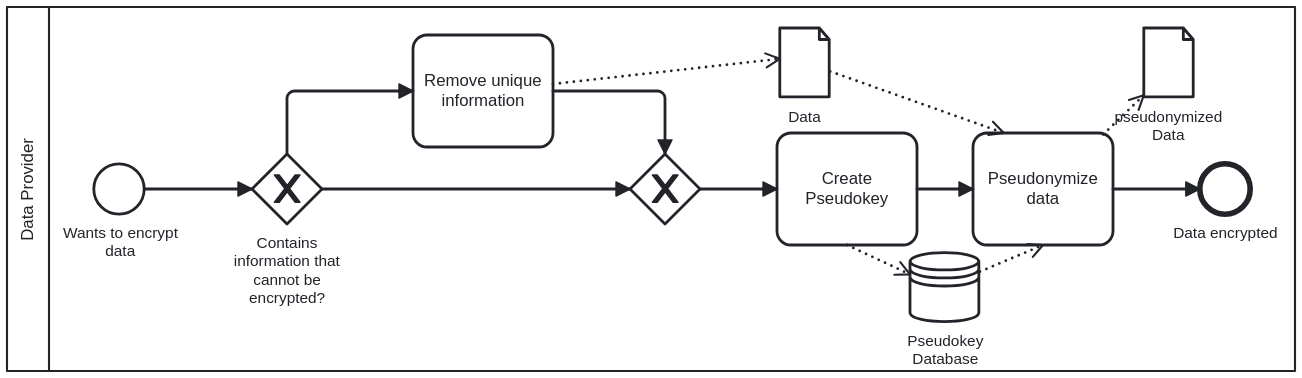
sacdevops/Process-Patterns-for-Data-Trustees keeps this BPMN diagram as Data Security/Pseudonymized_Sharing.svg. Above is the earlier version. Its source is kept beside it as Data Security/Pseudonymized_Sharing.bpmn. Ids are renumbered.
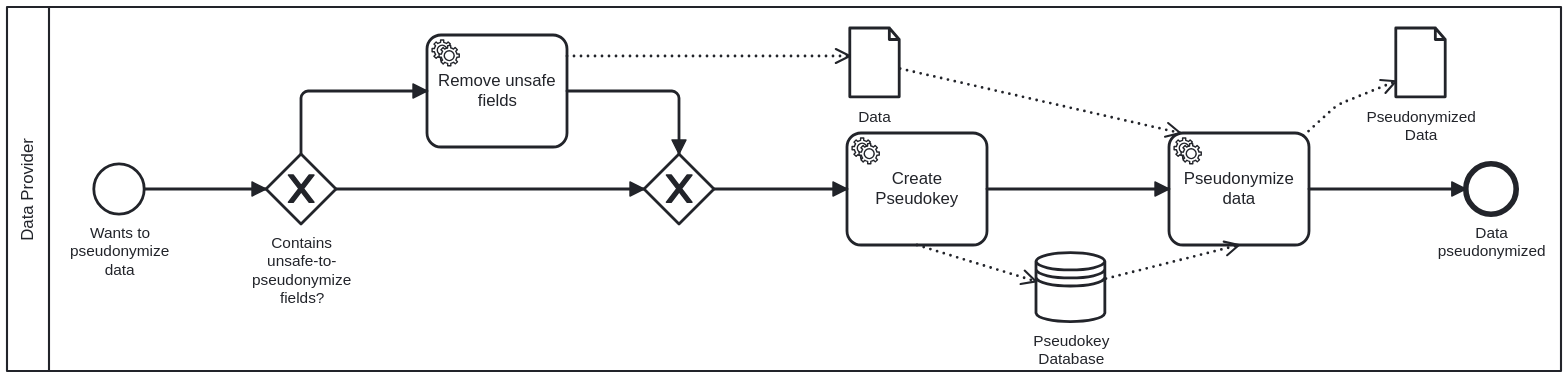
After the commit.

What changed in the source:
```diff
@@ -1,15 +1,19 @@
-<bpmn:definitions xmlns:bpmn="http://www.omg.org/spec/BPMN/20100524/MODEL" xmlns:bpmndi="http://www.omg.org/spec/BPMN/20100524/DI" xmlns:dc="http://www.omg.org/spec/DD/20100524/DC" xmlns:di="http://www.omg.org/spec/DD/20100524/DI" xmlns:modeler="http://camunda.org/schema/modeler/1.0" id="Definitions_n1" targetNamespace="http://bpmn.io/schema/bpmn" exporter="Camunda Modeler" exporterVersion="5.33.1" modeler:executionPlatform="Camunda Cloud" modeler:executionPlatformVersion="8.6.0">
+<bpmn:definitions xmlns:bpmn="http://www.omg.org/spec/BPMN/20100524/MODEL" xmlns:bpmndi="http://www.omg.org/spec/BPMN/20100524/DI" xmlns:dc="http://www.omg.org/spec/DD/20100524/DC" xmlns:di="http://www.omg.org/spec/DD/20100524/DI" xmlns:modeler="http://camunda.org/schema/modeler/1.0" id="Definitions_n1" targetNamespace="http://bpmn.io/schema/bpmn" exporter="Camunda Modeler" exporterVersion="5.34.0" modeler:executionPlatform="Camunda Cloud" modeler:executionPlatformVersion="8.6.0">
   <bpmn:collaboration id="Collaboration_n2" name="Data_Encryption">
     <bpmn:participant id="Participant_n3" name="Data Provider" processRef="Process_n4" />
   </bpmn:collaboration>
   <bpmn:process id="Process_n4" isExecutable="true">
-    <bpmn:startEvent id="Event_n5" name="Wants to encrypt data">
+    <bpmn:startEvent id="Event_n5" name="Wants to pseudonymize data">
       <bpmn:outgoing>Flow_n6</bpmn:outgoing>
     </bpmn:startEvent>
-    <bpmn:endEvent id="Event_n7" name="Data encrypted">
-      <bpmn:incoming>Flow_n8</bpmn:incoming>
-    </bpmn:endEvent>
-    <bpmn:exclusiveGateway id="Gateway_n9" name="Contains information that cannot be encrypted?">
+    <bpmn:sequenceFlow id="Flow_n6" sourceRef="Event_n5" targetRef="Gateway_n9" />
+    <bpmn:sequenceFlow id="Flow_n8" sourceRef="Activity_n18" targetRef="Event_n7" />
+    <bpmn:sequenceFlow id="Flow_n10" sourceRef="Gateway_n9" targetRef="Activity_n15" />
+    <bpmn:sequenceFlow id="Flow_n11" sourceRef="Gateway_n9" targetRef="Gateway_n12" />
+    <bpmn:sequenceFlow id="Flow_n13" sourceRef="Activity_n15" targetRef="Gateway_n12" />
+    <bpmn:sequenceFlow id="Flow_n14" sourceRef="Gateway_n12" targetRef="Activity_n19" />
+    <bpmn:sequenceFlow id="Flow_n20" sourceRef="Activity_n19" targetRef="Activity_n18" />
+    <bpmn:exclusiveGateway id="Gateway_n9" name="Contains&#10;unsafe-to-&#10;pseudonymize fields?">
       <bpmn:incoming>Flow_n6</bpmn:incoming>
       <bpmn:outgoing>Flow_n10</bpmn:outgoing>
       <bpmn:outgoing>Flow_n11</bpmn:outgoing>
@@ -19,155 +23,150 @@
       <bpmn:incoming>Flow_n11</bpmn:incoming>
       <bpmn:outgoing>Flow_n14</bpmn:outgoing>
     </bpmn:exclusiveGateway>
-    <bpmn:task id="Activity_n15" name="Remove unique information">
+    <bpmn:dataObjectReference id="DataObjectReference_n17" name="Data" dataObjectRef="DataObject_n28" />
+    <bpmn:dataObject id="DataObject_n28" />
+    <bpmn:dataStoreReference id="DataStoreReference_n24" name="Pseudokey Database" />
+    <bpmn:dataObjectReference id="DataObjectReference_n26" name="Pseudonymized Data" dataObjectRef="DataObject_n29" />
+    <bpmn:dataObject id="DataObject_n29" />
+    <bpmn:endEvent id="Event_n7" name="Data pseudonymized">
+      <bpmn:incoming>Flow_n8</bpmn:incoming>
+    </bpmn:endEvent>
+    <bpmn:serviceTask id="Activity_n15" name="Remove unsafe fields">
       <bpmn:incoming>Flow_n10</bpmn:incoming>
       <bpmn:outgoing>Flow_n13</bpmn:outgoing>
       <bpmn:dataOutputAssociation id="DataOutputAssociation_n16">
         <bpmn:targetRef>DataObjectReference_n17</bpmn:targetRef>
       </bpmn:dataOutputAssociation>
-    </bpmn:task>
-    <bpmn:sequenceFlow id="Flow_n6" sourceRef="Event_n5" targetRef="Gateway_n9" />
-    <bpmn:sequenceFlow id="Flow_n8" sourceRef="Activity_n18" targetRef="Event_n7" />
-    <bpmn:sequenceFlow id="Flow_n10" sourceRef="Gateway_n9" targetRef="Activity_n15" />
-    <bpmn:sequenceFlow id="Flow_n11" sourceRef="Gateway_n9" targetRef="Gateway_n12" />
-    <bpmn:sequenceFlow id="Flow_n13" sourceRef="Activity_n15" targetRef="Gateway_n12" />
-    <bpmn:sequenceFlow id="Flow_n14" sourceRef="Gateway_n12" targetRef="Activity_n19" />
-    <bpmn:task id="Activity_n18" name="Pseudonymize data">
-      <bpmn:incoming>Flow_n20</bpmn:incoming>
-      <bpmn:outgoing>Flow_n8</bpmn:outgoing>
-      <bpmn:property id="Property_n21" name="__targetRef_placeholder" />
-      <bpmn:dataInputAssociation id="DataInputAssociation_n22">
-        <bpmn:sourceRef>DataObjectReference_n17</bpmn:sourceRef>
-        <bpmn:targetRef>Property_n21</bpmn:targetRef>
-      </bpmn:dataInputAssociation>
-      <bpmn:dataInputAssociation id="DataInputAssociation_n23">
-        <bpmn:sourceRef>DataStoreReference_n24</bpmn:sourceRef>
-        <bpmn:targetRef>Property_n21</bpmn:targetRef>
-      </bpmn:dataInputAssociation>
-      <bpmn:dataOutputAssociation id="DataOutputAssociation_n25">
-        <bpmn:targetRef>DataObjectReference_n26</bpmn:targetRef>
-      </bpmn:dataOutputAssociation>
-    </bpmn:task>
-    <bpmn:sequenceFlow id="Flow_n20" sourceRef="Activity_n19" targetRef="Activity_n18" />
-    <bpmn:task id="Activity_n19" name="Create Pseudokey">
+    </bpmn:serviceTask>
+    <bpmn:serviceTask id="Activity_n19" name="Create Pseudokey">
       <bpmn:incoming>Flow_n14</bpmn:incoming>
       <bpmn:outgoing>Flow_n20</bpmn:outgoing>
       <bpmn:dataOutputAssociation id="DataOutputAssociation_n27">
         <bpmn:targetRef>DataStoreReference_n24</bpmn:targetRef>
       </bpmn:dataOutputAssociation>
-    </bpmn:task>
-    <bpmn:dataObjectReference id="DataObjectReference_n17" name="Data" dataObjectRef="DataObject_n28" />
-    <bpmn:dataObject id="DataObject_n28" />
-    <bpmn:dataObjectReference id="DataObjectReference_n26" name="pseudonymized Data" dataObjectRef="DataObject_n29" />
-    <bpmn:dataObject id="DataObject_n29" />
-    <bpmn:dataStoreReference id="DataStoreReference_n24" name="Pseudokey Database" />
+    </bpmn:serviceTask>
+    <bpmn:serviceTask id="Activity_n18" name="Pseudonymize data">
+      <bpmn:incoming>Flow_n20</bpmn:incoming>
+      <bpmn:outgoing>Flow_n8</bpmn:outgoing>
+      <bpmn:property id="Property_n31" name="__targetRef_placeholder" />
+      <bpmn:dataInputAssociation id="DataInputAssociation_n22">
+        <bpmn:sourceRef>DataObjectReference_n17</bpmn:sourceRef>
+        <bpmn:targetRef>Property_n31</bpmn:targetRef>
+      </bpmn:dataInputAssociation>
+      <bpmn:dataInputAssociation id="DataInputAssociation_n23">
+        <bpmn:sourceRef>DataStoreReference_n24</bpmn:sourceRef>
+        <bpmn:targetRef>Property_n31</bpmn:targetRef>
+      </bpmn:dataInputAssociation>
+      <bpmn:dataOutputAssociation id="DataOutputAssociation_n25">
+        <bpmn:targetRef>DataObjectReference_n26</bpmn:targetRef>
+      </bpmn:dataOutputAssociation>
+    </bpmn:serviceTask>
   </bpmn:process>
   <bpmndi:BPMNDiagram id="BPMNDiagram_1">
     <bpmndi:BPMNPlane id="BPMNPlane_1" bpmnElement="Collaboration_n2">
       <bpmndi:BPMNShape id="Participant_n3_di" bpmnElement="Participant_n3" isHorizontal="true">
-        <dc:Bounds x="150" y="80" width="920" height="260" />
+        <dc:Bounds x="150" y="80" width="1110" height="260" />
         <bpmndi:BPMNLabel />
       </bpmndi:BPMNShape>
       <bpmndi:BPMNShape id="Event_n5_di" bpmnElement="Event_n5">
         <dc:Bounds x="212" y="192" width="36" height="36" />
         <bpmndi:BPMNLabel>
-          <dc:Bounds x="190" y="235" width="82" height="27" />
+          <dc:Bounds x="195" y="235" width="72" height="40" />
+        </bpmndi:BPMNLabel>
+      </bpmndi:BPMNShape>
+      <bpmndi:BPMNShape id="Gateway_n9_di" bpmnElement="Gateway_n9" isMarkerVisible="true">
+        <dc:Bounds x="335" y="185" width="50" height="50" />
+        <bpmndi:BPMNLabel>
+          <dc:Bounds x="325" y="242" width="72" height="53" />
+        </bpmndi:BPMNLabel>
+      </bpmndi:BPMNShape>
+      <bpmndi:BPMNShape id="BPMNShape_n30" bpmnElement="Gateway_n12" isMarkerVisible="true">
+        <dc:Bounds x="605" y="185" width="50" height="50" />
+      </bpmndi:BPMNShape>
+      <bpmndi:BPMNShape id="DataObjectReference_n17_di" bpmnElement="DataObjectReference_n17">
+        <dc:Bounds x="752" y="95" width="36" height="50" />
+        <bpmndi:BPMNLabel>
+          <dc:Bounds x="758" y="152" width="24" height="14" />
+        </bpmndi:BPMNLabel>
+      </bpmndi:BPMNShape>
+      <bpmndi:BPMNShape id="DataStoreReference_n24_di" bpmnElement="DataStoreReference_n24">
+        <dc:Bounds x="885" y="255" width="50" height="50" />
+        <bpmndi:BPMNLabel>
+          <dc:Bounds x="883" y="312" width="55" height="27" />
+        </bpmndi:BPMNLabel>
+      </bpmndi:BPMNShape>
+      <bpmndi:BPMNShape id="DataObjectReference_n26_di" bpmnElement="DataObjectReference_n26">
+        <dc:Bounds x="1142" y="95" width="36" height="50" />
+        <bpmndi:BPMNLabel>
+          <dc:Bounds x="1121" y="152" width="79" height="27" />
         </bpmndi:BPMNLabel>
       </bpmndi:BPMNShape>
       <bpmndi:BPMNShape id="Event_n7_di" bpmnElement="Event_n7">
-        <dc:Bounds x="1002" y="192" width="36" height="36" />
+        <dc:Bounds x="1192" y="192" width="36" height="36" />
         <bpmndi:BPMNLabel>
-          <dc:Bounds x="983" y="235" width="75" height="14" />
+          <dc:Bounds x="1172" y="235" width="78" height="27" />
         </bpmndi:BPMNLabel>
       </bpmndi:BPMNShape>
-      <bpmndi:BPMNShape id="Gateway_n9_di" bpmnElement="Gateway_n9" isMarkerVisible="true">
-        <dc:Bounds x="325" y="185" width="50" height="50" />
-        <bpmndi:BPMNLabel>
-          <dc:Bounds x="312" y="242" width="77" height="53" />
-        </bpmndi:BPMNLabel>
-      </bpmndi:BPMNShape>
-      <bpmndi:BPMNShape id="BPMNShape_n30" bpmnElement="Gateway_n12" isMarkerVisible="true">
-        <dc:Bounds x="595" y="185" width="50" height="50" />
-      </bpmndi:BPMNShape>
-      <bpmndi:BPMNShape id="Activity_n15_di" bpmnElement="Activity_n15">
-        <dc:Bounds x="440" y="100" width="100" height="80" />
+      <bpmndi:BPMNShape id="Activity_0u7dws9_di" bpmnElement="Activity_n15">
+        <dc:Bounds x="450" y="100" width="100" height="80" />
         <bpmndi:BPMNLabel />
       </bpmndi:BPMNShape>
-      <bpmndi:BPMNShape id="Activity_n18_di" bpmnElement="Activity_n18">
-        <dc:Bounds x="840" y="170" width="100" height="80" />
-        <bpmndi:BPMNLabel />
+      <bpmndi:BPMNShape id="Activity_0frxsy9_di" bpmnElement="Activity_n19">
+        <dc:Bounds x="750" y="170" width="100" height="80" />
       </bpmndi:BPMNShape>
-      <bpmndi:BPMNShape id="Activity_n19_di" bpmnElement="Activity_n19">
-        <dc:Bounds x="700" y="170" width="100" height="80" />
-        <bpmndi:BPMNLabel />
-      </bpmndi:BPMNShape>
-      <bpmndi:BPMNShape id="DataObjectReference_n17_di" bpmnElement="DataObjectReference_n17">
-        <dc:Bounds x="702" y="95" width="36" height="50" />
-        <bpmndi:BPMNLabel>
-          <dc:Bounds x="708" y="152" width="24" height="14" />
-        </bpmndi:BPMNLabel>
-      </bpmndi:BPMNShape>
-      <bpmndi:BPMNShape id="DataObjectReference_n26_di" bpmnElement="DataObjectReference_n26">
-        <dc:Bounds x="962" y="95" width="36" height="50" />
-        <bpmndi:BPMNLabel>
-          <dc:Bounds x="941" y="152" width="78" height="27" />
-        </bpmndi:BPMNLabel>
-      </bpmndi:BPMNShape>
-      <bpmndi:BPMNShape id="DataStoreReference_n24_di" bpmnElement="DataStoreReference_n24">
-        <dc:Bounds x="795" y="255" width="50" height="50" />
-        <bpmndi:BPMNLabel>
-          <dc:Bounds x="793" y="312" width="55" height="27" />
-        </bpmndi:BPMNLabel>
+      <bpmndi:BPMNShape id="Activity_1qnzb7w_di" bpmnElement="Activity_n18">
+        <dc:Bounds x="980" y="170" width="100" height="80" />
       </bpmndi:BPMNShape>
       <bpmndi:BPMNEdge id="Flow_n6_di" bpmnElement="Flow_n6">
         <di:waypoint x="248" y="210" />
-        <di:waypoint x="325" y="210" />
+        <di:waypoint x="335" y="210" />
       </bpmndi:BPMNEdge>
       <bpmndi:BPMNEdge id="Flow_n8_di" bpmnElement="Flow_n8">
-        <di:waypoint x="940" y="210" />
-        <di:waypoint x="1002" y="210" />
+        <di:waypoint x="1080" y="210" />
+        <di:waypoint x="1192" y="210" />
       </bpmndi:BPMNEdge>
       <bpmndi:BPMNEdge id="Flow_n10_di" bpmnElement="Flow_n10">
-        <di:waypoint x="350" y="185" />
-        <di:waypoint x="350" y="140" />
-        <di:waypoint x="440" y="140" />
+        <di:waypoint x="360" y="185" />
+        <di:waypoint x="360" y="140" />
+        <di:waypoint x="450" y="140" />
       </bpmndi:BPMNEdge>
       <bpmndi:BPMNEdge id="Flow_n11_di" bpmnElement="Flow_n11">
-        <di:waypoint x="375" y="210" />
-        <di:waypoint x="595" y="210" />
+        <di:waypoint x="385" y="210" />
+        <di:waypoint x="605" y="210" />
       </bpmndi:BPMNEdge>
       <bpmndi:BPMNEdge id="Flow_n13_di" bpmnElement="Flow_n13">
-        <di:waypoint x="540" y="140" />
-        <di:waypoint x="620" y="140" />
-        <di:waypoint x="620" y="185" />
+        <di:waypoint x="550" y="140" />
+        <di:waypoint x="630" y="140" />
+        <di:waypoint x="630" y="185" />
       </bpmndi:BPMNEdge>
       <bpmndi:BPMNEdge id="Flow_n14_di" bpmnElement="Flow_n14">
-        <di:waypoint x="645" y="210" />
-        <di:waypoint x="700" y="210" />
+        <di:waypoint x="655" y="210" />
+        <di:waypoint x="750" y="210" />
       </bpmndi:BPMNEdge>
       <bpmndi:BPMNEdge id="Flow_n20_di" bpmnElement="Flow_n20">
-        <di:waypoint x="800" y="210" />
-        <di:waypoint x="840" y="210" />
+        <di:waypoint x="850" y="210" />
+        <di:waypoint x="980" y="210" />
       </bpmndi:BPMNEdge>
       <bpmndi:BPMNEdge id="DataOutputAssociation_n16_di" bpmnElement="DataOutputAssociation_n16">
-        <di:waypoint x="540" y="135" />
-        <di:waypoint x="702" y="117" />
+        <di:waypoint x="550" y="115" />
+        <di:waypoint x="752" y="115" />
+      </bpmndi:BPMNEdge>
+      <bpmndi:BPMNEdge id="DataOutputAssociation_n27_di" bpmnElement="DataOutputAssociation_n27">
+        <di:waypoint x="800" y="250" />
+        <di:waypoint x="885" y="276" />
       </bpmndi:BPMNEdge>
       <bpmndi:BPMNEdge id="DataInputAssociation_n22_di" bpmnElement="DataInputAssociation_n22">
-        <di:waypoint x="738" y="126" />
-        <di:waypoint x="862" y="170" />
+        <di:waypoint x="788" y="124" />
+        <di:waypoint x="988" y="170" />
+      </bpmndi:BPMNEdge>
+      <bpmndi:BPMNEdge id="DataInputAssociation_n23_di" bpmnElement="DataInputAssociation_n23">
+        <di:waypoint x="935" y="274" />
+        <di:waypoint x="1030" y="250" />
       </bpmndi:BPMNEdge>
       <bpmndi:BPMNEdge id="DataOutputAssociation_n25_di" bpmnElement="DataOutputAssociation_n25">
-        <di:waypoint x="933" y="171" />
-        <di:waypoint x="962" y="143" />
-      </bpmndi:BPMNEdge>
-      <bpmndi:BPMNEdge id="DataOutputAssociation_n27_di" bpmnElement="DataOutputAssociation_n27">
-        <di:waypoint x="750" y="250" />
-        <di:waypoint x="795" y="271" />
-      </bpmndi:BPMNEdge>
-      <bpmndi:BPMNEdge id="DataInputAssociation_n23_di" bpmnElement="DataInputAssociation_n23">
-        <di:waypoint x="845" y="269" />
-        <di:waypoint x="890" y="250" />
+        <di:waypoint x="1076" y="172" />
+        <di:waypoint x="1100" y="150" />
+        <di:waypoint x="1142" y="133" />
       </bpmndi:BPMNEdge>
     </bpmndi:BPMNPlane>
   </bpmndi:BPMNDiagram>
```
